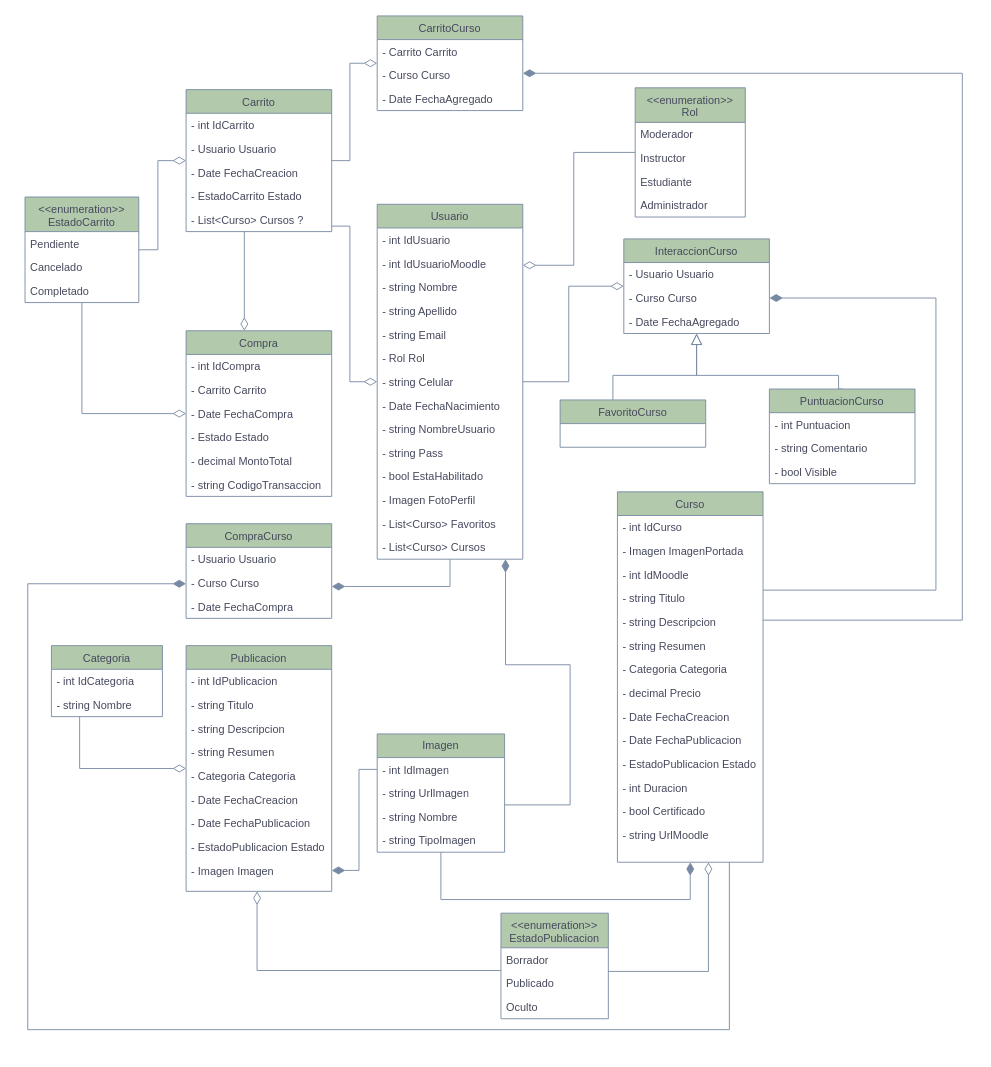
This is UML/UML.drawio from GDieser/tpc-equipo-12A, a draw.io file, before an edit. Source tidied: cells renumbered, new cells numbered last; positions are measured from the earlier drawing's top-left corner, leaving out a move shared by most shapes. Both pictures are drawn from the tidied source at 91%, with x=0, y=0 at pixel (25, 15).
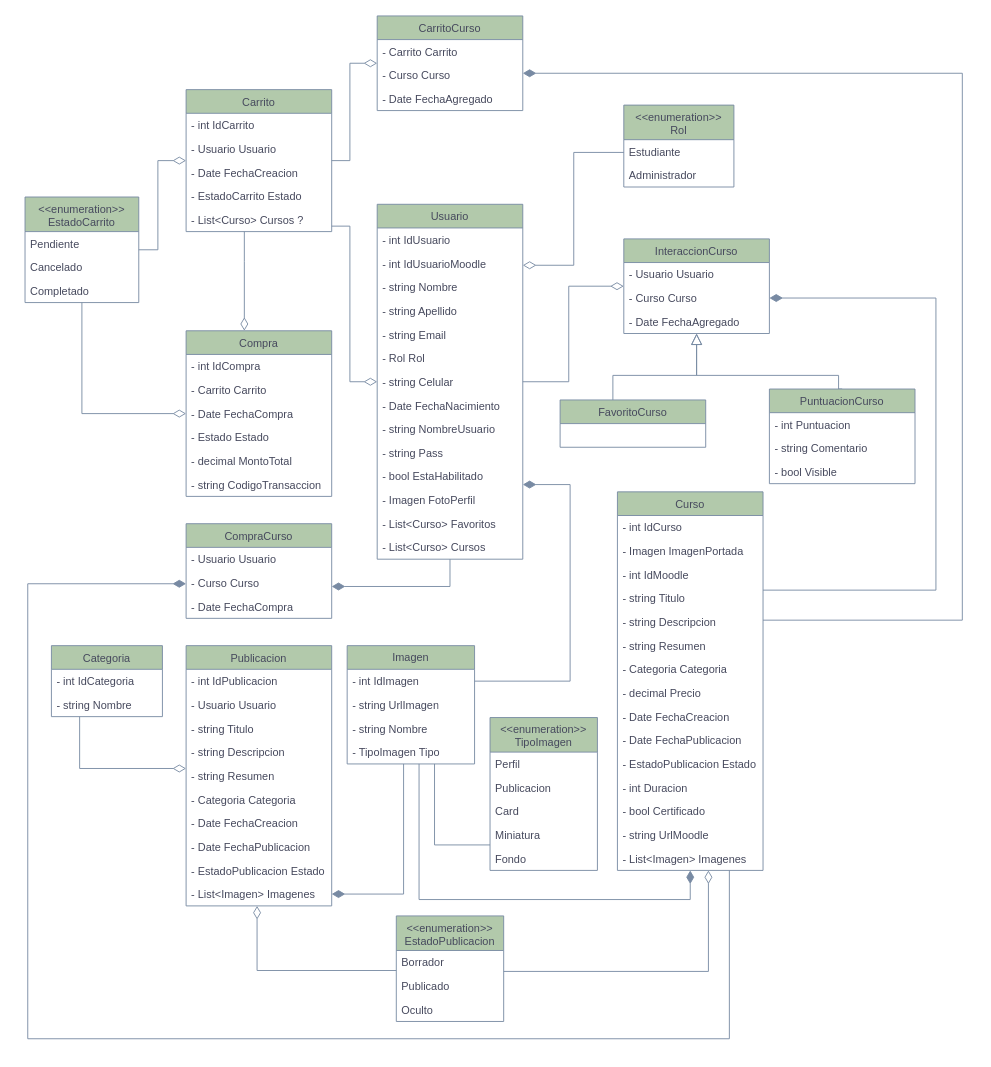
The same page after the edit.

Unchanged cells that the change refers to:
```xml
<mxCell id="2" value="Usuario" style="swimlane;fontStyle=0;align=center;verticalAlign=top;horizontal=1;startSize=26;rounded=0;shadow=0;strokeWidth=1;labelBackgroundColor=none;fillColor=#B2C9AB;strokeColor=#788AA3;fontColor=#46495D;" parent="1" vertex="1">
  <mxGeometry x="387" y="207" width="160" height="390" as="geometry" />
</mxCell>
<mxCell id="57" value="- int IdImagen" style="text;strokeColor=none;fillColor=none;align=left;verticalAlign=top;spacingLeft=4;spacingRight=4;overflow=hidden;points=[[0,0.5],[1,0.5]];portConstraint=eastwest;whiteSpace=wrap;html=1;labelBackgroundColor=none;fontColor=#46495D;" parent="56" vertex="1">
  <mxGeometry y="26" width="140" height="26" as="geometry" />
</mxCell>
<mxCell id="82" value="CompraCurso" style="swimlane;fontStyle=0;align=center;verticalAlign=top;horizontal=1;startSize=26;rounded=0;shadow=0;strokeWidth=1;labelBackgroundColor=none;fillColor=#B2C9AB;strokeColor=#788AA3;fontColor=#46495D;" parent="1" vertex="1">
  <mxGeometry x="177" y="558" width="160" height="104" as="geometry" />
</mxCell>
```

What changed in the source:
```diff
@@
     <mxCell id="17" value="Curso" style="swimlane;fontStyle=0;align=center;verticalAlign=top;horizontal=1;startSize=26;rounded=0;shadow=0;strokeWidth=1;labelBackgroundColor=none;fillColor=#B2C9AB;strokeColor=#788AA3;fontColor=#46495D;" parent="1" vertex="1">
-      <mxGeometry x="651" y="523" width="160" height="407" as="geometry" />
+      <mxGeometry x="651" y="523" width="160" height="416" as="geometry" />
     </mxCell>
@@
+    <mxCell id="113" value="- List&lt;Imagen&gt; Imagenes" style="text;align=left;verticalAlign=top;spacingLeft=4;spacingRight=4;overflow=hidden;rounded=0;shadow=0;html=0;labelBackgroundColor=none;fontColor=#46495D;" parent="17" vertex="1">
+      <mxGeometry y="390" width="160" height="26" as="geometry" />
+    </mxCell>
@@
     <mxCell id="56" value="Imagen" style="swimlane;fontStyle=0;horizontal=1;startSize=26;fillColor=#B2C9AB;whiteSpace=wrap;html=1;labelBackgroundColor=none;strokeColor=#788AA3;fontColor=#46495D;" parent="1" vertex="1">
-      <mxGeometry x="387" y="789" width="140" height="130" as="geometry" />
+      <mxGeometry x="354" y="692" width="140" height="130" as="geometry" />
     </mxCell>
@@
-    <mxCell id="60" value="- string TipoImagen" style="text;strokeColor=none;fillColor=none;align=left;verticalAlign=top;spacingLeft=4;spacingRight=4;overflow=hidden;whiteSpace=wrap;html=1;labelBackgroundColor=none;fontColor=#46495D;" parent="56" vertex="1">
+    <mxCell id="60" value="- TipoImagen Tipo" style="text;strokeColor=none;fillColor=none;align=left;verticalAlign=top;spacingLeft=4;spacingRight=4;overflow=hidden;whiteSpace=wrap;html=1;labelBackgroundColor=none;fontColor=#46495D;" parent="56" vertex="1">
       <mxGeometry y="104" width="140" height="26" as="geometry" />
     </mxCell>
     <mxCell id="61" value="Publicacion" style="swimlane;fontStyle=0;align=center;verticalAlign=top;horizontal=1;startSize=26;rounded=0;shadow=0;strokeWidth=1;labelBackgroundColor=none;fillColor=#B2C9AB;strokeColor=#788AA3;fontColor=#46495D;" parent="1" vertex="1">
-      <mxGeometry x="177" y="692" width="160" height="270" as="geometry" />
+      <mxGeometry x="177" y="692" width="160" height="286" as="geometry" />
     </mxCell>
@@
+    <mxCell id="114" value="- Usuario Usuario" style="text;align=left;verticalAlign=top;spacingLeft=4;spacingRight=4;overflow=hidden;labelBackgroundColor=none;fontColor=#46495D;" parent="61" vertex="1">
+      <mxGeometry y="52" width="160" height="26" as="geometry" />
+    </mxCell>
     <mxCell id="63" value="- string Titulo" style="text;align=left;verticalAlign=top;spacingLeft=4;spacingRight=4;overflow=hidden;rounded=0;shadow=0;html=0;labelBackgroundColor=none;fontColor=#46495D;" parent="61" vertex="1">
-      <mxGeometry y="52" width="160" height="26" as="geometry" />
+      <mxGeometry y="78" width="160" height="26" as="geometry" />
     </mxCell>
     <mxCell id="64" value="- string Descripcion" style="text;align=left;verticalAlign=top;spacingLeft=4;spacingRight=4;overflow=hidden;rounded=0;shadow=0;html=0;labelBackgroundColor=none;fontColor=#46495D;" parent="61" vertex="1">
-      <mxGeometry y="78" width="160" height="26" as="geometry" />
+      <mxGeometry y="104" width="160" height="26" as="geometry" />
     </mxCell>
     <mxCell id="65" value="- string Resumen" style="text;align=left;verticalAlign=top;spacingLeft=4;spacingRight=4;overflow=hidden;rounded=0;shadow=0;html=0;labelBackgroundColor=none;fontColor=#46495D;" parent="61" vertex="1">
-      <mxGeometry y="104" width="160" height="26" as="geometry" />
+      <mxGeometry y="130" width="160" height="26" as="geometry" />
     </mxCell>
     <mxCell id="66" value="- Categoria Categoria" style="text;align=left;verticalAlign=top;spacingLeft=4;spacingRight=4;overflow=hidden;rounded=0;shadow=0;html=0;labelBackgroundColor=none;fontColor=#46495D;" parent="61" vertex="1">
-      <mxGeometry y="130" width="160" height="26" as="geometry" />
+      <mxGeometry y="156" width="160" height="26" as="geometry" />
     </mxCell>
     <mxCell id="67" value="- Date FechaCreacion" style="text;align=left;verticalAlign=top;spacingLeft=4;spacingRight=4;overflow=hidden;rounded=0;shadow=0;html=0;labelBackgroundColor=none;fontColor=#46495D;" parent="61" vertex="1">
-      <mxGeometry y="156" width="160" height="26" as="geometry" />
+      <mxGeometry y="182" width="160" height="26" as="geometry" />
     </mxCell>
     <mxCell id="68" value="- Date FechaPublicacion" style="text;align=left;verticalAlign=top;spacingLeft=4;spacingRight=4;overflow=hidden;rounded=0;shadow=0;html=0;labelBackgroundColor=none;fontColor=#46495D;" parent="61" vertex="1">
-      <mxGeometry y="182" width="160" height="26" as="geometry" />
+      <mxGeometry y="208" width="160" height="26" as="geometry" />
     </mxCell>
     <mxCell id="69" value="- EstadoPublicacion Estado" style="text;align=left;verticalAlign=top;spacingLeft=4;spacingRight=4;overflow=hidden;rounded=0;shadow=0;html=0;labelBackgroundColor=none;fontColor=#46495D;" parent="61" vertex="1">
-      <mxGeometry y="208" width="160" height="26" as="geometry" />
+      <mxGeometry y="234" width="160" height="26" as="geometry" />
     </mxCell>
-    <mxCell id="70" value="- Imagen Imagen" style="text;align=left;verticalAlign=top;spacingLeft=4;spacingRight=4;overflow=hidden;points=[[0,0.5],[1,0.5]];portConstraint=eastwest;rounded=0;shadow=0;html=0;labelBackgroundColor=none;fontColor=#46495D;" parent="61" vertex="1">
-      <mxGeometry y="234" width="160" height="26" as="geometry" />
+    <mxCell id="70" value="- List&lt;Imagen&gt; Imagenes" style="text;align=left;verticalAlign=top;spacingLeft=4;spacingRight=4;overflow=hidden;points=[[0,0.5],[1,0.5]];portConstraint=eastwest;rounded=0;shadow=0;html=0;labelBackgroundColor=none;fontColor=#46495D;" parent="61" vertex="1">
+      <mxGeometry y="260" width="160" height="26" as="geometry" />
     </mxCell>
     <mxCell id="71" style="edgeStyle=orthogonalEdgeStyle;rounded=0;jettySize=auto;html=1;strokeColor=#788AA3;fontSize=12;fontColor=default;startSize=8;endSize=12;labelBackgroundColor=none;endArrow=diamondThin;endFill=1;" parent="1" edge="1" source="56" target="17">
       <mxGeometry relative="1" as="geometry">
         <Array as="points">
-          <mxPoint x="457" y="971" />
+          <mxPoint x="433" y="971" />
           <mxPoint x="731" y="971" />
         </Array>
       </mxGeometry>
     </mxCell>
@@
     <mxCell id="87" style="edgeStyle=orthogonalEdgeStyle;rounded=0;jettySize=auto;html=1;strokeColor=#788AA3;fontColor=default;fillColor=#B2C9AB;endArrow=diamondThin;endFill=1;endSize=12;labelBackgroundColor=none;" parent="1" edge="1" source="17" target="82">
       <mxGeometry relative="1" as="geometry">
         <Array as="points">
-          <mxPoint x="774" y="1114" />
-          <mxPoint x="3" y="1114" />
+          <mxPoint x="774" y="1124" />
+          <mxPoint x="3" y="1124" />
           <mxPoint x="3" y="624" />
         </Array>
       </mxGeometry>
     </mxCell>
     <mxCell id="88" style="edgeStyle=orthogonalEdgeStyle;rounded=0;jettySize=auto;html=1;strokeColor=#788AA3;fontColor=default;fillColor=#B2C9AB;endArrow=diamondThin;endFill=1;endSize=12;labelBackgroundColor=none;" parent="1" edge="1" source="56" target="2">
       <mxGeometry relative="1" as="geometry">
         <Array as="points">
-          <mxPoint x="599" y="867" />
-          <mxPoint x="599" y="713" />
-          <mxPoint x="528" y="713" />
+          <mxPoint x="599" y="731" />
+          <mxPoint x="599" y="515" />
         </Array>
       </mxGeometry>
     </mxCell>
@@
     <mxCell id="90" value="&lt;&lt;enumeration&gt;&gt;&#10;Rol" style="swimlane;fontStyle=0;align=center;verticalAlign=top;horizontal=1;startSize=38;rounded=0;shadow=0;strokeWidth=1;labelBackgroundColor=none;fillColor=#B2C9AB;strokeColor=#788AA3;fontColor=#46495D;" parent="1" vertex="1">
-      <mxGeometry x="670.5" y="79" width="121" height="142" as="geometry" />
+      <mxGeometry x="658" y="98" width="121" height="90" as="geometry" />
     </mxCell>
-    <mxCell id="91" value="Moderador" style="text;align=left;verticalAlign=top;spacingLeft=4;spacingRight=4;overflow=hidden;rounded=0;shadow=0;html=0;labelBackgroundColor=none;fontColor=#46495D;" parent="90" vertex="1">
-      <mxGeometry y="38" width="121" height="26" as="geometry" />
-    </mxCell>
-    <mxCell id="92" value="Instructor" style="text;align=left;verticalAlign=top;spacingLeft=4;spacingRight=4;overflow=hidden;rounded=0;shadow=0;html=0;labelBackgroundColor=none;fontColor=#46495D;" parent="90" vertex="1">
-      <mxGeometry y="64" width="121" height="26" as="geometry" />
-    </mxCell>
     <mxCell id="93" value="Estudiante" style="text;align=left;verticalAlign=top;spacingLeft=4;spacingRight=4;overflow=hidden;rounded=0;shadow=0;html=0;labelBackgroundColor=none;fontColor=#46495D;" parent="90" vertex="1">
-      <mxGeometry y="90" width="121" height="26" as="geometry" />
+      <mxGeometry y="38" width="121" height="26" as="geometry" />
     </mxCell>
     <mxCell id="94" value="Administrador" style="text;align=left;verticalAlign=top;spacingLeft=4;spacingRight=4;overflow=hidden;rounded=0;shadow=0;html=0;labelBackgroundColor=none;fontColor=#46495D;" parent="90" vertex="1">
-      <mxGeometry y="116" width="121" height="26" as="geometry" />
+      <mxGeometry y="64" width="121" height="26" as="geometry" />
     </mxCell>
-    <mxCell id="95" style="edgeStyle=orthogonalEdgeStyle;rounded=0;jettySize=auto;html=1;labelBackgroundColor=none;strokeColor=#788AA3;fontColor=default;endSize=12;endArrow=diamondThin;endFill=1;" parent="1" edge="1" source="57" target="70">
-      <mxGeometry relative="1" as="geometry" />
+    <mxCell id="95" style="edgeStyle=orthogonalEdgeStyle;rounded=0;jettySize=auto;html=1;labelBackgroundColor=none;strokeColor=#788AA3;fontColor=default;endSize=12;endArrow=diamondThin;endFill=1;" parent="1" edge="1" source="56" target="70">
+      <mxGeometry relative="1" as="geometry">
+        <Array as="points">
+          <mxPoint x="416" y="965" />
+        </Array>
+      </mxGeometry>
     </mxCell>
@@
     <mxCell id="109" value="&lt;&lt;enumeration&gt;&gt;&#10;EstadoPublicacion" style="swimlane;fontStyle=0;align=center;verticalAlign=top;horizontal=1;startSize=38;rounded=0;shadow=0;strokeWidth=1;labelBackgroundColor=none;fillColor=#B2C9AB;strokeColor=#788AA3;fontColor=#46495D;" parent="1" vertex="1">
-      <mxGeometry x="523" y="986" width="118" height="116" as="geometry" />
+      <mxGeometry x="408" y="989" width="118" height="116" as="geometry" />
     </mxCell>
@@
+    <mxCell id="115" style="edgeStyle=orthogonalEdgeStyle;rounded=0;jettySize=auto;html=1;endArrow=none;startFill=0;labelBackgroundColor=none;strokeColor=#788AA3;fontColor=default;" parent="1" edge="1" source="116" target="56">
+      <mxGeometry relative="1" as="geometry">
+        <Array as="points">
+          <mxPoint x="450" y="911" />
+        </Array>
+      </mxGeometry>
+    </mxCell>
+    <mxCell id="116" value="&lt;&lt;enumeration&gt;&gt;&#10;TipoImagen" style="swimlane;fontStyle=0;align=center;verticalAlign=top;horizontal=1;startSize=38;rounded=0;shadow=0;strokeWidth=1;labelBackgroundColor=none;fillColor=#B2C9AB;strokeColor=#788AA3;fontColor=#46495D;" parent="1" vertex="1">
+      <mxGeometry x="511" y="771" width="118" height="168" as="geometry" />
+    </mxCell>
+    <mxCell id="117" value="Perfil" style="text;align=left;verticalAlign=top;spacingLeft=4;spacingRight=4;overflow=hidden;rounded=0;shadow=0;html=0;labelBackgroundColor=none;fontColor=#46495D;" parent="116" vertex="1">
+      <mxGeometry y="38" width="118" height="26" as="geometry" />
+    </mxCell>
+    <mxCell id="118" value="Publicacion" style="text;align=left;verticalAlign=top;spacingLeft=4;spacingRight=4;overflow=hidden;rounded=0;shadow=0;html=0;labelBackgroundColor=none;fontColor=#46495D;" parent="116" vertex="1">
+      <mxGeometry y="64" width="118" height="26" as="geometry" />
+    </mxCell>
+    <mxCell id="119" value="Card" style="text;align=left;verticalAlign=top;spacingLeft=4;spacingRight=4;overflow=hidden;rounded=0;shadow=0;html=0;labelBackgroundColor=none;fontColor=#46495D;" parent="116" vertex="1">
+      <mxGeometry y="90" width="118" height="26" as="geometry" />
+    </mxCell>
+    <mxCell id="120" value="Miniatura" style="text;align=left;verticalAlign=top;spacingLeft=4;spacingRight=4;overflow=hidden;rounded=0;shadow=0;html=0;labelBackgroundColor=none;fontColor=#46495D;" parent="116" vertex="1">
+      <mxGeometry y="116" width="118" height="26" as="geometry" />
+    </mxCell>
+    <mxCell id="121" value="Fondo" style="text;align=left;verticalAlign=top;spacingLeft=4;spacingRight=4;overflow=hidden;rounded=0;shadow=0;html=0;labelBackgroundColor=none;fontColor=#46495D;" parent="116" vertex="1">
+      <mxGeometry y="142" width="118" height="26" as="geometry" />
+    </mxCell>
```
